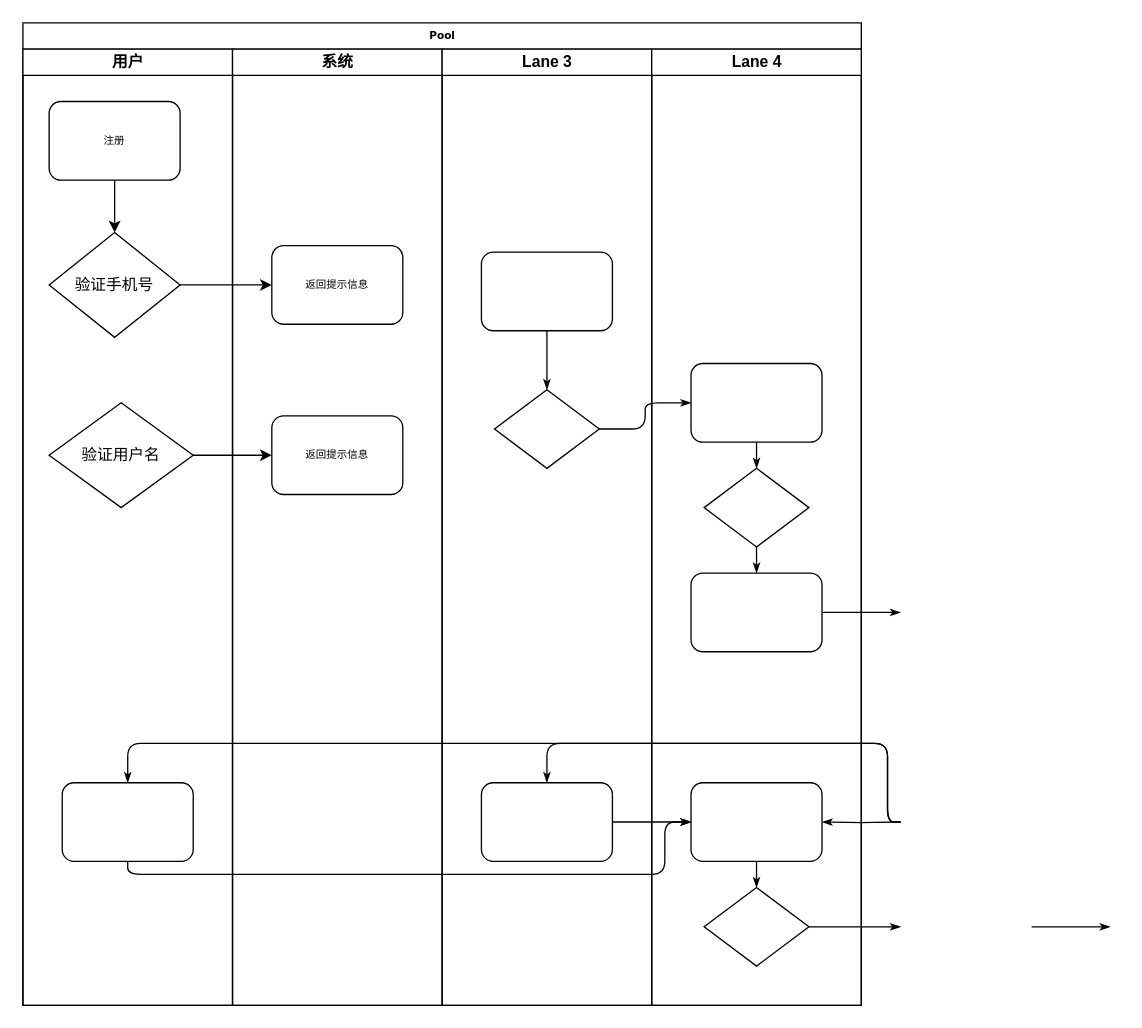
The draw.io diagram 注册登录.drawio in chendong-1/draw, before the edit. Source tidied: cells renumbered, new cells numbered last; positions are measured from the earlier drawing's top-left corner, leaving out a move shared by most shapes. Both pictures are drawn from the tidied source at 131%, with x=0, y=0 at pixel (22, 22).
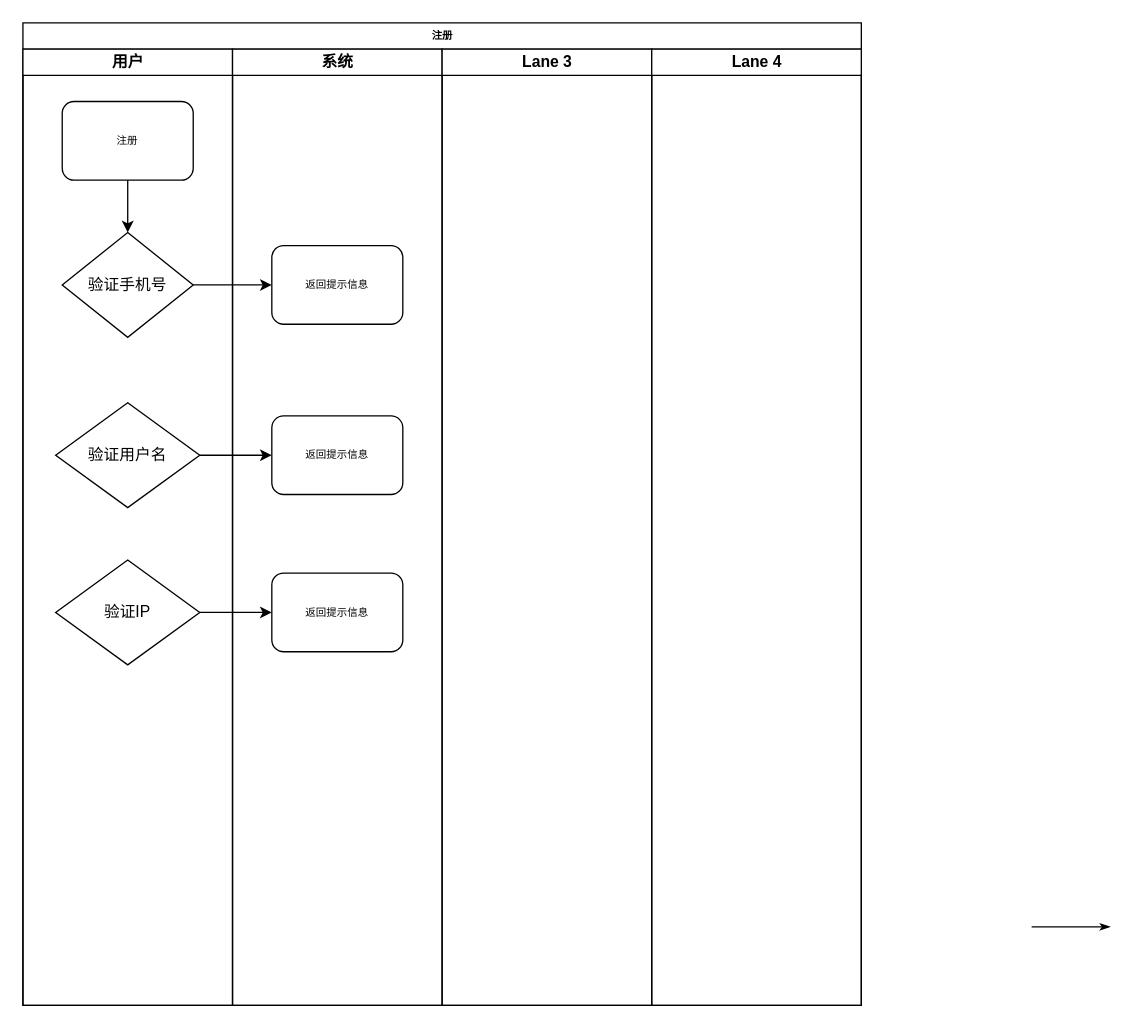
The same page after the edit.

Commit message (it also covers changes not shown here):
更新注册登录.drawio

The change refers to these unchanged cells:
```xml
<mxCell id="3" value="用户" style="swimlane;html=1;startSize=20;" parent="2" vertex="1">
  <mxGeometry y="20" width="160" height="730" as="geometry" />
</mxCell>
<mxCell id="18" value="系统" style="swimlane;html=1;startSize=20;" parent="2" vertex="1">
  <mxGeometry x="160" y="20" width="160" height="730" as="geometry" />
</mxCell>
<mxCell id="21" value="Lane 3" style="swimlane;html=1;startSize=20;" parent="2" vertex="1">
  <mxGeometry x="320" y="20" width="160" height="730" as="geometry" />
</mxCell>
<mxCell id="26" value="Lane 4" style="swimlane;html=1;startSize=20;" parent="2" vertex="1">
  <mxGeometry x="480" y="20" width="160" height="730" as="geometry" />
</mxCell>
```

Diff of the diagram source:
```diff
@@
-    <mxCell id="2" value="Pool" style="swimlane;html=1;startSize=20;rounded=0;shadow=0;labelBackgroundColor=none;strokeWidth=1;fontFamily=Verdana;fontSize=8;align=center;" parent="1" vertex="1">
+    <mxCell id="2" value="注册" style="swimlane;html=1;startSize=20;rounded=0;shadow=0;labelBackgroundColor=none;strokeWidth=1;fontFamily=Verdana;fontSize=8;align=center;" parent="1" vertex="1">
       <mxGeometry width="640" height="750" as="geometry" />
     </mxCell>
@@
     <mxCell id="4" value="注册" style="rounded=1;whiteSpace=wrap;html=1;shadow=0;labelBackgroundColor=none;strokeWidth=1;fontFamily=Verdana;fontSize=8;align=center;" parent="3" vertex="1">
-      <mxGeometry x="20" y="40" width="100" height="60" as="geometry" />
+      <mxGeometry x="30" y="40" width="100" height="60" as="geometry" />
     </mxCell>
-    <mxCell id="5" style="rounded=1;whiteSpace=wrap;html=1;shadow=0;labelBackgroundColor=none;strokeWidth=1;fontFamily=Verdana;fontSize=8;align=center;" parent="3" vertex="1">
-      <mxGeometry x="30" y="560" width="100" height="60" as="geometry" />
-    </mxCell>
     <mxCell id="6" value="验证手机号" style="rhombus;whiteSpace=wrap;html=1;" parent="3" vertex="1">
-      <mxGeometry x="20" y="140" width="100" height="80" as="geometry" />
+      <mxGeometry x="30" y="140" width="100" height="80" as="geometry" />
     </mxCell>
@@
     <mxCell id="8" value="验证用户名" style="rhombus;whiteSpace=wrap;html=1;" parent="3" vertex="1">
-      <mxGeometry x="20" y="270" width="110" height="80" as="geometry" />
+      <mxGeometry x="25" y="270" width="110" height="80" as="geometry" />
     </mxCell>
-    <mxCell id="9" style="edgeStyle=orthogonalEdgeStyle;rounded=1;html=1;labelBackgroundColor=none;startArrow=none;startFill=0;startSize=5;endArrow=classicThin;endFill=1;endSize=5;jettySize=auto;strokeWidth=1;fontFamily=Verdana;fontSize=8;" parent="2" edge="1" source="23" target="27">
-      <mxGeometry relative="1" as="geometry" />
-    </mxCell>
-    <mxCell id="10" style="edgeStyle=orthogonalEdgeStyle;rounded=1;html=1;labelBackgroundColor=none;startArrow=none;startFill=0;startSize=5;endArrow=classicThin;endFill=1;endSize=5;jettySize=auto;strokeWidth=1;fontFamily=Verdana;fontSize=8;" parent="2" edge="1" source="31">
-      <mxGeometry relative="1" as="geometry">
-        <mxPoint x="670" y="690" as="targetPoint" />
-      </mxGeometry>
-    </mxCell>
+    <mxCell id="37" value="验证IP" style="rhombus;whiteSpace=wrap;html=1;" parent="3" vertex="1">
+      <mxGeometry x="25" y="390" width="110" height="80" as="geometry" />
+    </mxCell>
@@
-    <mxCell id="12" style="edgeStyle=orthogonalEdgeStyle;rounded=1;html=1;labelBackgroundColor=none;startArrow=none;startFill=0;startSize=5;endArrow=classicThin;endFill=1;endSize=5;jettySize=auto;strokeWidth=1;fontFamily=Verdana;fontSize=8;" parent="2" edge="1" source="29">
-      <mxGeometry relative="1" as="geometry">
-        <mxPoint x="670" y="450" as="targetPoint" />
-      </mxGeometry>
-    </mxCell>
-    <mxCell id="13" style="edgeStyle=orthogonalEdgeStyle;rounded=1;html=1;labelBackgroundColor=none;startArrow=none;startFill=0;startSize=5;endArrow=classicThin;endFill=1;endSize=5;jettySize=auto;strokeWidth=1;fontFamily=Verdana;fontSize=8;" parent="2" edge="1" target="24">
-      <mxGeometry relative="1" as="geometry">
-        <mxPoint x="670" y="610" as="sourcePoint" />
-        <Array as="points">
-          <mxPoint x="660" y="610" />
-          <mxPoint x="660" y="550" />
-          <mxPoint x="400" y="550" />
-        </Array>
-      </mxGeometry>
-    </mxCell>
-    <mxCell id="14" style="edgeStyle=orthogonalEdgeStyle;rounded=1;html=1;labelBackgroundColor=none;startArrow=none;startFill=0;startSize=5;endArrow=classicThin;endFill=1;endSize=5;jettySize=auto;strokeColor=#000000;strokeWidth=1;fontFamily=Verdana;fontSize=8;fontColor=#000000;" parent="2" edge="1" target="30">
-      <mxGeometry relative="1" as="geometry">
-        <mxPoint x="670" y="610" as="sourcePoint" />
-      </mxGeometry>
-    </mxCell>
-    <mxCell id="15" style="edgeStyle=orthogonalEdgeStyle;rounded=1;html=1;labelBackgroundColor=none;startArrow=none;startFill=0;startSize=5;endArrow=classicThin;endFill=1;endSize=5;jettySize=auto;strokeWidth=1;fontFamily=Verdana;fontSize=8;" parent="2" edge="1" target="5">
-      <mxGeometry relative="1" as="geometry">
-        <mxPoint x="670" y="610" as="sourcePoint" />
-        <Array as="points">
-          <mxPoint x="660" y="610" />
-          <mxPoint x="660" y="550" />
-          <mxPoint x="80" y="550" />
-        </Array>
-      </mxGeometry>
-    </mxCell>
-    <mxCell id="16" style="edgeStyle=orthogonalEdgeStyle;rounded=1;html=1;labelBackgroundColor=none;startArrow=none;startFill=0;startSize=5;endArrow=classicThin;endFill=1;endSize=5;jettySize=auto;strokeWidth=1;fontFamily=Verdana;fontSize=8;" parent="2" edge="1" source="5" target="30">
-      <mxGeometry relative="1" as="geometry">
-        <Array as="points">
-          <mxPoint x="80" y="650" />
-          <mxPoint x="490" y="650" />
-          <mxPoint x="490" y="610" />
-        </Array>
-      </mxGeometry>
-    </mxCell>
-    <mxCell id="17" style="edgeStyle=orthogonalEdgeStyle;rounded=1;html=1;labelBackgroundColor=none;startArrow=none;startFill=0;startSize=5;endArrow=classicThin;endFill=1;endSize=5;jettySize=auto;strokeWidth=1;fontFamily=Verdana;fontSize=8;" parent="2" edge="1" source="24" target="30">
-      <mxGeometry relative="1" as="geometry" />
-    </mxCell>
@@
+    <mxCell id="38" value="返回提示信息" style="rounded=1;whiteSpace=wrap;html=1;shadow=0;labelBackgroundColor=none;strokeWidth=1;fontFamily=Verdana;fontSize=8;align=center;" parent="18" vertex="1">
+      <mxGeometry x="30" y="400" width="100" height="60" as="geometry" />
+    </mxCell>
@@
-    <mxCell id="22" style="rounded=1;whiteSpace=wrap;html=1;shadow=0;labelBackgroundColor=none;strokeWidth=1;fontFamily=Verdana;fontSize=8;align=center;" parent="21" vertex="1">
-      <mxGeometry x="30" y="155" width="100" height="60" as="geometry" />
-    </mxCell>
-    <mxCell id="23" style="rhombus;whiteSpace=wrap;html=1;rounded=0;shadow=0;labelBackgroundColor=none;strokeWidth=1;fontFamily=Verdana;fontSize=8;align=center;" parent="21" vertex="1">
-      <mxGeometry x="40" y="260" width="80" height="60" as="geometry" />
-    </mxCell>
-    <mxCell id="24" style="rounded=1;whiteSpace=wrap;html=1;shadow=0;labelBackgroundColor=none;strokeWidth=1;fontFamily=Verdana;fontSize=8;align=center;" parent="21" vertex="1">
-      <mxGeometry x="30" y="560" width="100" height="60" as="geometry" />
-    </mxCell>
-    <mxCell id="25" style="edgeStyle=orthogonalEdgeStyle;rounded=1;html=1;labelBackgroundColor=none;startArrow=none;startFill=0;startSize=5;endArrow=classicThin;endFill=1;endSize=5;jettySize=auto;strokeWidth=1;fontFamily=Verdana;fontSize=8;" parent="21" edge="1" source="22" target="23">
-      <mxGeometry relative="1" as="geometry" />
-    </mxCell>
@@
-    <mxCell id="27" style="rounded=1;whiteSpace=wrap;html=1;shadow=0;labelBackgroundColor=none;strokeWidth=1;fontFamily=Verdana;fontSize=8;align=center;" parent="26" vertex="1">
-      <mxGeometry x="30" y="240" width="100" height="60" as="geometry" />
-    </mxCell>
-    <mxCell id="28" style="rhombus;whiteSpace=wrap;html=1;rounded=0;shadow=0;labelBackgroundColor=none;strokeWidth=1;fontFamily=Verdana;fontSize=8;align=center;" parent="26" vertex="1">
-      <mxGeometry x="40" y="320" width="80" height="60" as="geometry" />
-    </mxCell>
-    <mxCell id="29" style="rounded=1;whiteSpace=wrap;html=1;shadow=0;labelBackgroundColor=none;strokeWidth=1;fontFamily=Verdana;fontSize=8;align=center;" parent="26" vertex="1">
-      <mxGeometry x="30" y="400" width="100" height="60" as="geometry" />
-    </mxCell>
-    <mxCell id="30" style="rounded=1;whiteSpace=wrap;html=1;shadow=0;labelBackgroundColor=none;strokeWidth=1;fontFamily=Verdana;fontSize=8;align=center;" parent="26" vertex="1">
-      <mxGeometry x="30" y="560" width="100" height="60" as="geometry" />
-    </mxCell>
-    <mxCell id="31" style="rhombus;whiteSpace=wrap;html=1;rounded=0;shadow=0;labelBackgroundColor=none;strokeWidth=1;fontFamily=Verdana;fontSize=8;align=center;" parent="26" vertex="1">
-      <mxGeometry x="40" y="640" width="80" height="60" as="geometry" />
-    </mxCell>
-    <mxCell id="32" style="edgeStyle=orthogonalEdgeStyle;rounded=1;html=1;labelBackgroundColor=none;startArrow=none;startFill=0;startSize=5;endArrow=classicThin;endFill=1;endSize=5;jettySize=auto;strokeColor=#000000;strokeWidth=1;fontFamily=Verdana;fontSize=8;fontColor=#000000;" parent="26" edge="1" source="27" target="28">
-      <mxGeometry relative="1" as="geometry" />
-    </mxCell>
-    <mxCell id="33" style="edgeStyle=orthogonalEdgeStyle;rounded=1;html=1;labelBackgroundColor=none;startArrow=none;startFill=0;startSize=5;endArrow=classicThin;endFill=1;endSize=5;jettySize=auto;strokeWidth=1;fontFamily=Verdana;fontSize=8;" parent="26" edge="1" source="28" target="29">
-      <mxGeometry relative="1" as="geometry" />
-    </mxCell>
-    <mxCell id="34" style="edgeStyle=orthogonalEdgeStyle;rounded=1;html=1;labelBackgroundColor=none;startArrow=none;startFill=0;startSize=5;endArrow=classicThin;endFill=1;endSize=5;jettySize=auto;strokeWidth=1;fontFamily=Verdana;fontSize=8;" parent="26" edge="1" source="30" target="31">
-      <mxGeometry relative="1" as="geometry" />
-    </mxCell>
@@
+    <mxCell id="39" style="edgeStyle=orthogonalEdgeStyle;rounded=0;jettySize=auto;html=1;" parent="2" edge="1" source="37" target="38">
+      <mxGeometry relative="1" as="geometry" />
+    </mxCell>
```
